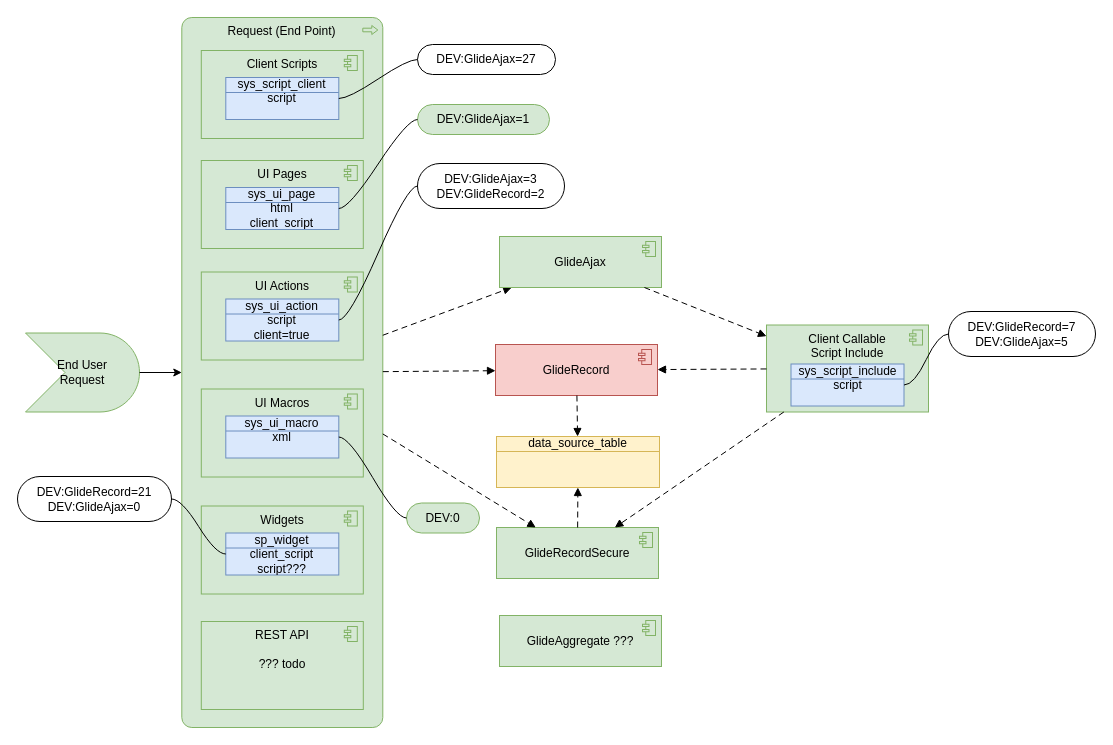
algimas/tmp keeps this draw.io diagram as page "GlideRecordSecure" (4 of 15) of DBs.drawio. Above is the earlier version. Source tidied: cells renumbered, new cells numbered last; positions are measured from the earlier drawing's top-left corner, leaving out a move shared by most shapes. Both pictures are drawn from the tidied source at 100%, with x=0, y=0 at pixel (17, 17).
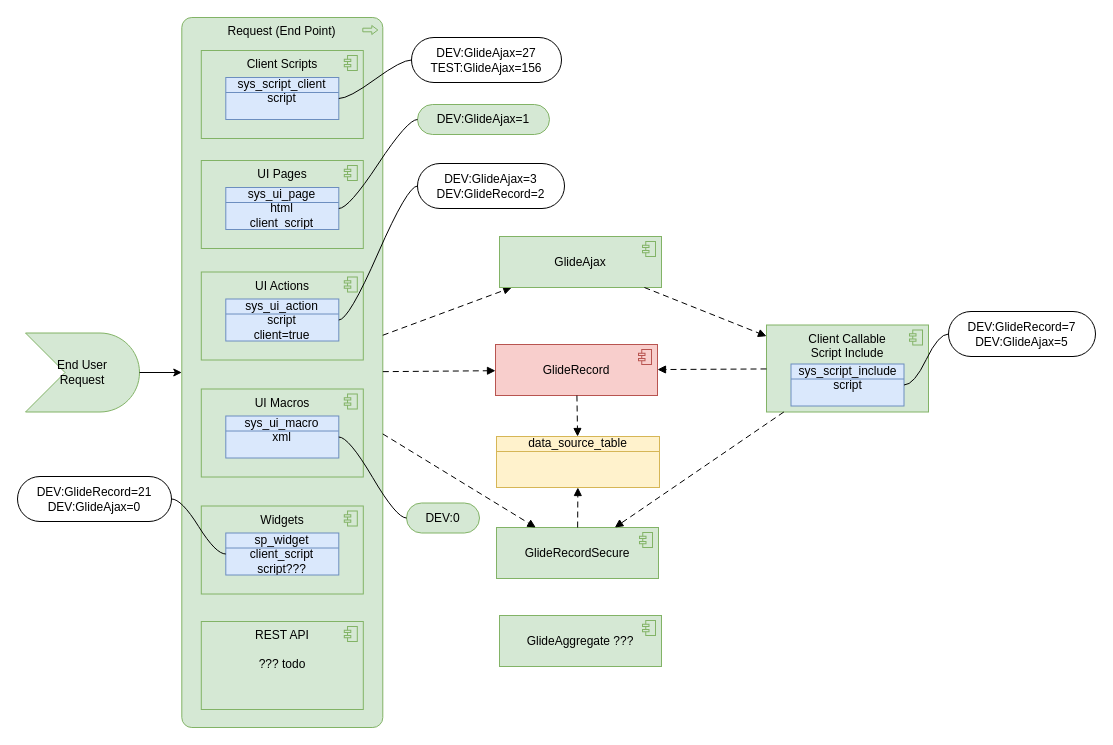
After the change.

Diff of the diagram source:
```diff
@@
-    <mxCell id="31" value="DEV:GlideAjax=27" style="whiteSpace=wrap;html=1;rounded=1;arcSize=50;align=center;verticalAlign=middle;strokeWidth=1;spacing=4;newEdgeStyle={&quot;edgeStyle&quot;:&quot;entityRelationEdgeStyle&quot;,&quot;startArrow&quot;:&quot;none&quot;,&quot;endArrow&quot;:&quot;none&quot;,&quot;segment&quot;:10,&quot;curved&quot;:1,&quot;sourcePerimeterSpacing&quot;:0,&quot;targetPerimeterSpacing&quot;:0};" parent="1" vertex="1">
-      <mxGeometry x="400" y="27" width="138" height="30" as="geometry" />
+    <mxCell id="31" value="DEV:GlideAjax=27&lt;br&gt;TEST:GlideAjax=156" style="whiteSpace=wrap;html=1;rounded=1;arcSize=50;align=center;verticalAlign=middle;strokeWidth=1;spacing=4;newEdgeStyle={&quot;edgeStyle&quot;:&quot;entityRelationEdgeStyle&quot;,&quot;startArrow&quot;:&quot;none&quot;,&quot;endArrow&quot;:&quot;none&quot;,&quot;segment&quot;:10,&quot;curved&quot;:1,&quot;sourcePerimeterSpacing&quot;:0,&quot;targetPerimeterSpacing&quot;:0};" parent="1" vertex="1">
+      <mxGeometry x="394" y="20" width="150" height="45" as="geometry" />
     </mxCell>
```
